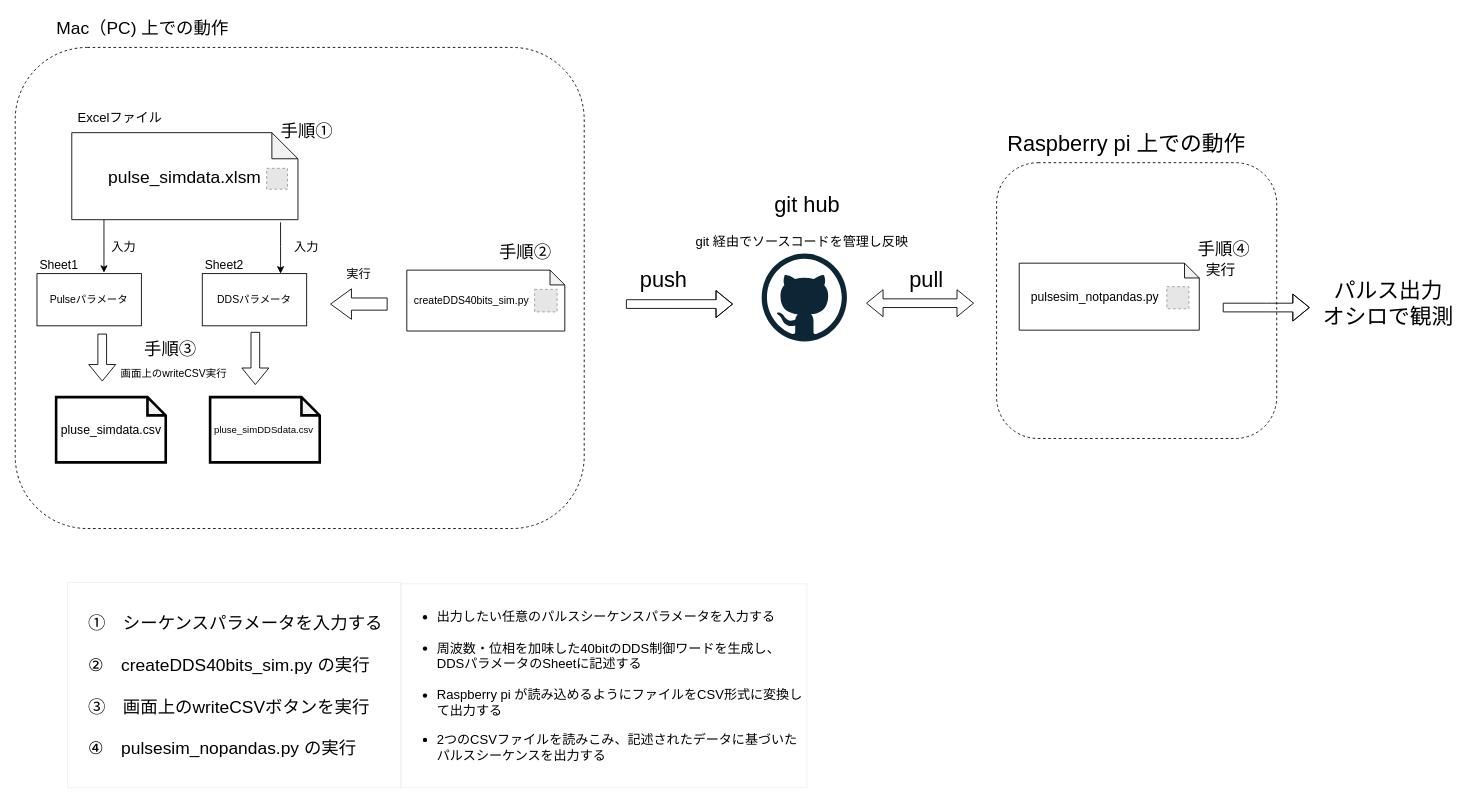
Earlier version of the draw.io diagram page "Page-1" (1 of 2) of Pulsesimulator/usual/相関図_sim.dio (parupappa/Pine64-python--pulse). Source tidied: cells renumbered, new cells numbered last; positions are measured from the earlier drawing's top-left corner, leaving out a move shared by most shapes. Both pictures are drawn from the tidied source at 87%, with x=0, y=0 at pixel (15, 15). Pictures stored in the file or linked from it are replaced by grey dashed boxes.
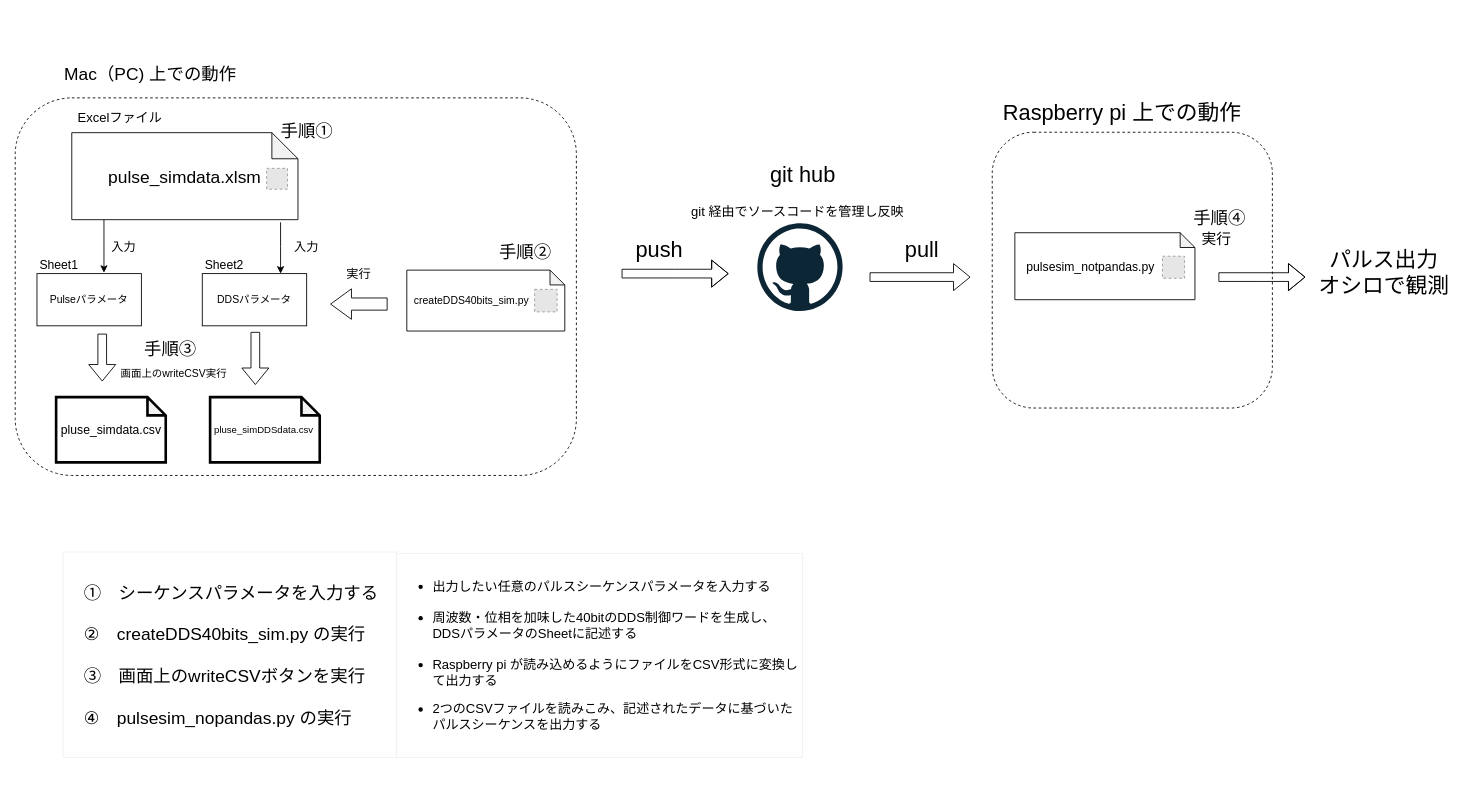
The same diagram, later.

The change refers to these unchanged cells:
```xml
<mxCell id="12" value="DDSパラメータ" style="rounded=0;whiteSpace=wrap;html=1;" parent="11" vertex="1">
  <mxGeometry y="20" width="120" height="60" as="geometry" />
</mxCell>
<mxCell id="32" value="&lt;font style=&quot;font-size: 20px&quot;&gt;pulse_simdata.xlsm&lt;/font&gt;" style="shape=note;whiteSpace=wrap;html=1;backgroundOutline=1;darkOpacity=0.05;" parent="1" vertex="1">
  <mxGeometry x="65" y="135" width="260" height="100" as="geometry" />
</mxCell>
```

The edit, as a diff of the source:
```diff
@@
     <mxCell id="2" style="rounded=1;whiteSpace=wrap;html=1;strokeWidth=1;fontSize=12;dashed=1;" parent="1" vertex="1">
-      <mxGeometry x="1128" y="169.5" width="322" height="317" as="geometry" />
+      <mxGeometry x="1123" y="134.5" width="322" height="317" as="geometry" />
     </mxCell>
     <mxCell id="3" value="&lt;font style=&quot;font-size: 25px&quot;&gt;pull&lt;/font&gt;" style="text;html=1;align=center;verticalAlign=middle;fontSize=12;" parent="1" vertex="1">
-      <mxGeometry x="1022" y="291.5" width="49" height="22" as="geometry" />
+      <mxGeometry x="1017" y="256.5" width="49" height="22" as="geometry" />
     </mxCell>
     <mxCell id="4" style="group;" parent="1" vertex="1">
-      <mxGeometry x="60" y="652" width="850" height="236" as="geometry" />
+      <mxGeometry x="55" y="617" width="850" height="236" as="geometry" />
     </mxCell>
@@
     <mxCell id="7" style="rounded=1;whiteSpace=wrap;html=1;strokeWidth=1;fontSize=12;dashed=1;" parent="1" vertex="1">
-      <mxGeometry y="37" width="654" height="553" as="geometry" />
+      <mxGeometry y="95" width="645" height="434" as="geometry" />
     </mxCell>
@@
     <mxCell id="14" style="edgeStyle=orthogonalEdgeStyle;rounded=0;jettySize=auto;html=1;exitX=0.15;exitY=0.99;exitDx=0;exitDy=0;exitPerimeter=0;" parent="1" edge="1" source="32">
-      <mxGeometry x="-29" y="126" as="geometry">
+      <mxGeometry x="-24" y="161" as="geometry">
         <mxPoint x="102" y="296" as="targetPoint" />
         <Array as="points">
           <mxPoint x="102" y="226" />
         </Array>
       </mxGeometry>
     </mxCell>
     <mxCell id="15" style="edgeStyle=orthogonalEdgeStyle;rounded=0;jettySize=auto;html=1;exitX=0.75;exitY=0;exitDx=0;exitDy=0;" parent="1" edge="1" source="12">
-      <mxGeometry x="-29" y="126" as="geometry">
+      <mxGeometry x="-24" y="161" as="geometry">
         <mxPoint x="305" y="297" as="targetPoint" />
       </mxGeometry>
     </mxCell>
     <mxCell id="16" style="edgeStyle=orthogonalEdgeStyle;rounded=0;jettySize=auto;html=1;exitX=0.923;exitY=1.03;exitDx=0;exitDy=0;exitPerimeter=0;" parent="1" edge="1" source="32">
-      <mxGeometry x="-29" y="126" as="geometry">
+      <mxGeometry x="-24" y="161" as="geometry">
         <mxPoint x="305" y="297" as="targetPoint" />
       </mxGeometry>
     </mxCell>
@@
     <mxCell id="40" value="&lt;font style=&quot;font-size: 20px&quot;&gt;Mac（PC) 上での動作&lt;/font&gt;" style="text;html=1;align=center;verticalAlign=middle;fontSize=20;" parent="1" vertex="1">
-      <mxGeometry x="42" width="208" height="28" as="geometry" />
+      <mxGeometry x="51" y="53" width="208" height="28" as="geometry" />
     </mxCell>
     <mxCell id="41" style="dashed=0;html=1;align=center;labelPosition=center;verticalLabelPosition=bottom;verticalAlign=top;shape=mxgraph.weblogos.github;fontSize=15;" parent="1" vertex="1">
-      <mxGeometry x="858" y="274" width="98" height="101" as="geometry" />
+      <mxGeometry x="853" y="239" width="98" height="101" as="geometry" />
     </mxCell>
     <mxCell id="42" style="shape=flexArrow;endArrow=classic;html=1;fontSize=12;" parent="1" edge="1">
       <mxGeometry relative="1" as="geometry">
-        <mxPoint x="702" y="332" as="sourcePoint" />
-        <mxPoint x="825" y="332" as="targetPoint" />
+        <mxPoint x="697" y="297" as="sourcePoint" />
+        <mxPoint x="820" y="297" as="targetPoint" />
         <Array as="points">
-          <mxPoint x="763" y="332" />
+          <mxPoint x="758" y="297" />
         </Array>
       </mxGeometry>
     </mxCell>
     <mxCell id="43" value="git hub" style="text;html=1;align=center;verticalAlign=middle;fontSize=25;" parent="1" vertex="1">
-      <mxGeometry x="867" y="200" width="85" height="34" as="geometry" />
+      <mxGeometry x="862" y="165" width="85" height="34" as="geometry" />
     </mxCell>
     <mxCell id="44" value="&lt;font style=&quot;font-size: 15px&quot;&gt;git 経由でソースコードを管理し反映&lt;/font&gt;" style="text;html=1;align=center;verticalAlign=middle;fontSize=25;" parent="1" vertex="1">
-      <mxGeometry x="777" y="237" width="253" height="37" as="geometry" />
+      <mxGeometry x="772" y="202" width="253" height="37" as="geometry" />
     </mxCell>
     <mxCell id="45" value="push" style="text;html=1;align=center;verticalAlign=middle;fontSize=25;" parent="1" vertex="1">
-      <mxGeometry x="713" y="285.5" width="64" height="34" as="geometry" />
+      <mxGeometry x="708" y="250.5" width="64" height="34" as="geometry" />
     </mxCell>
     <mxCell id="46" value="Raspberry pi 上での動作" style="text;html=1;align=center;verticalAlign=middle;fontSize=25;" parent="1" vertex="1">
-      <mxGeometry x="1135" y="129" width="284" height="34" as="geometry" />
+      <mxGeometry x="1130" y="94" width="284" height="34" as="geometry" />
     </mxCell>
     <mxCell id="47" style="group;" parent="1" vertex="1">
-      <mxGeometry x="1167" y="254" width="249" height="108" as="geometry" />
+      <mxGeometry x="1162" y="219" width="249" height="108" as="geometry" />
     </mxCell>
@@
     <mxCell id="54" style="shape=flexArrow;endArrow=classic;html=1;fontSize=25;" parent="1" edge="1">
       <mxGeometry relative="1" as="geometry">
-        <mxPoint x="1388" y="336" as="sourcePoint" />
-        <mxPoint x="1488" y="336" as="targetPoint" />
+        <mxPoint x="1383" y="301" as="sourcePoint" />
+        <mxPoint x="1483" y="301" as="targetPoint" />
         <Array as="points">
-          <mxPoint x="1438" y="336" />
+          <mxPoint x="1433" y="301" />
         </Array>
       </mxGeometry>
     </mxCell>
     <mxCell id="55" value="パルス出力&lt;br&gt;オシロで観測" style="text;html=1;align=center;verticalAlign=middle;fontSize=25;" parent="1" vertex="1">
-      <mxGeometry x="1498" y="298" width="160" height="64" as="geometry" />
+      <mxGeometry x="1493" y="263" width="160" height="64" as="geometry" />
     </mxCell>
-    <mxCell id="56" style="shape=flexArrow;endArrow=classic;startArrow=classic;html=1;" parent="1" edge="1">
+    <mxCell id="56" style="shape=flexArrow;endArrow=classic;html=1;" parent="1" edge="1">
       <mxGeometry relative="1" as="geometry">
-        <mxPoint x="978" y="331" as="sourcePoint" />
-        <mxPoint x="1102" y="331" as="targetPoint" />
+        <mxPoint x="982" y="301" as="sourcePoint" />
+        <mxPoint x="1098" y="301" as="targetPoint" />
       </mxGeometry>
     </mxCell>
```
